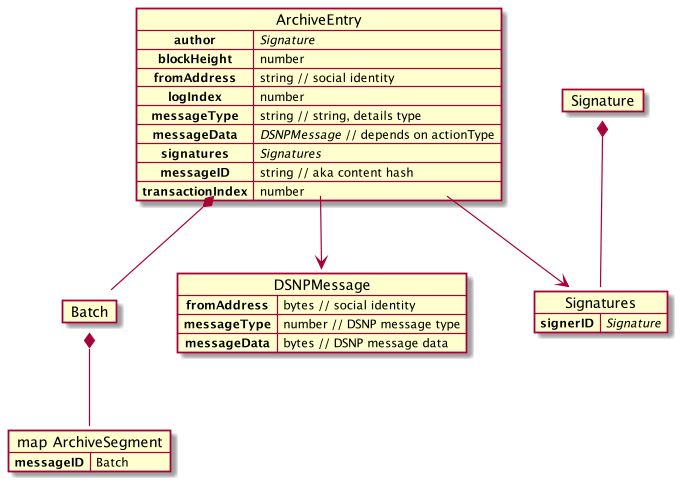
The PlantUML diagram images/ArchiveMessages.png in LibertyDSNP/spec, before a commit.
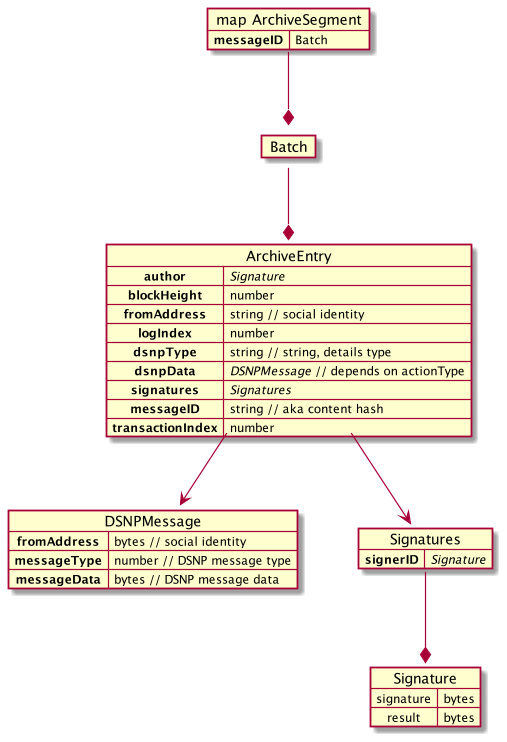
After the change.

Commit message:
text tweaks, fix image link

What changed in the source:
```diff
@@ -16,8 +16,8 @@
     **blockHeight** => number
     **fromAddress** => string // social identity
     **logIndex** => number
-    **messageType** => string // string, details type
-    **messageData** =>  <i>DSNPMessage</i> // depends on actionType
+    **dsnpType** => string // string, details type
+    **dsnpData** =>  <i>DSNPMessage</i> // depends on actionType
     **signatures** => <i>Signatures</i>
     **messageID** => string // aka content hash
     **transactionIndex**  => number
@@ -30,18 +30,18 @@
     **topic** = bytes // Ethereum log topic
 }
 map Signature {
-    signature bytes
-    result
+    signature => bytes
+    result =>  bytes
 }
 
 map Signatures {
     **signerID** => <i>Signature</i>
 }
 
-Batch *-- aseg
-ArchiveEntry *-- Batch
-Signature *-- Signatures
+aseg --* Batch
+Batch --* ArchiveEntry
 ArchiveEntry --> Signatures
 ArchiveEntry --> DSNPMessage
+Signatures --* Signature
 
 @enduml
```
